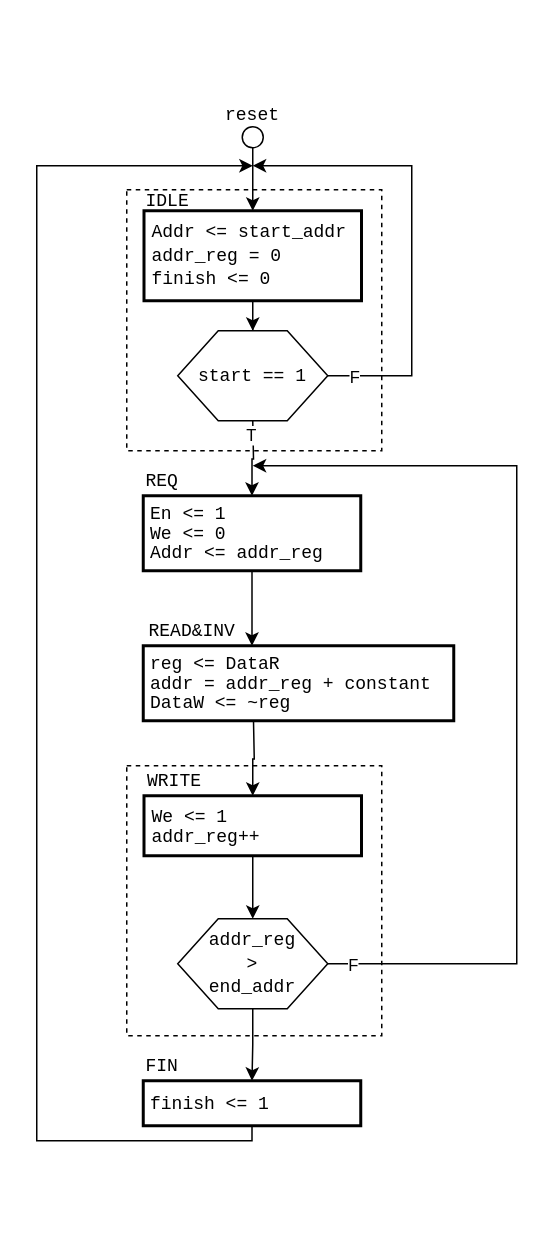
Thommimp/02203_Design_of_Digital_Systems keeps this draw.io diagram as page "Task0_ASM" (1 of 2) of assignment_2/Diagrams.drawio. Above is the earlier version. Source tidied: cells renumbered, new cells numbered last; positions are measured from the earlier drawing's top-left corner, leaving out a move shared by most shapes. Both pictures are drawn from the tidied source at 150%, with x=0, y=0 at pixel (36, 105).
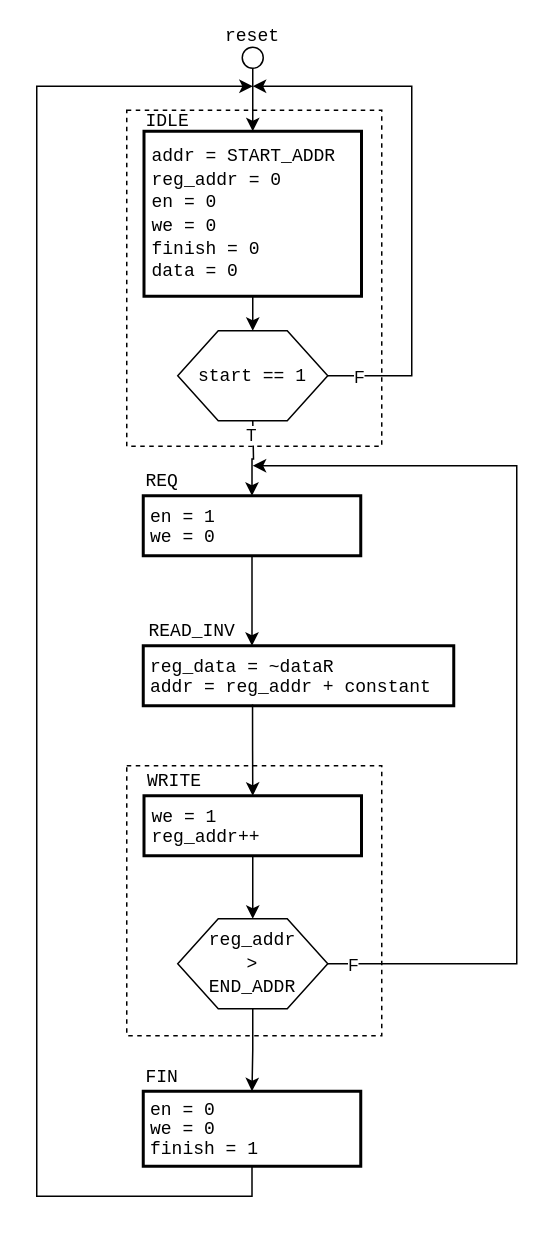
The same diagram, later.

Commit message (it also covers changes not shown here):
Inversion algorithm, version Michal F. Fixed diagram to corespond with the file.

The change refers to these unchanged cells:
```xml
<mxCell id="5" style="verticalLabelPosition=bottom;verticalAlign=top;html=1;shape=hexagon;perimeter=hexagonPerimeter2;arcSize=6;size=0.27;labelBackgroundColor=none;" parent="1" vertex="1">
  <mxGeometry x="94" y="150" width="100" height="60" as="geometry" />
</mxCell>
```

The edit, as a diff of the source:
```diff
@@
     <mxCell id="2" style="rounded=0;whiteSpace=wrap;html=1;fillColor=none;dashed=1;" parent="1" vertex="1">
-      <mxGeometry x="60" y="56" width="170" height="174" as="geometry" />
+      <mxGeometry x="60" y="3" width="170" height="224" as="geometry" />
     </mxCell>
     <mxCell id="3" style="edgeStyle=orthogonalEdgeStyle;rounded=0;jettySize=auto;html=1;exitX=1;exitY=0.5;exitDx=0;exitDy=0;" parent="1" edge="1" source="5">
       <mxGeometry relative="1" as="geometry">
-        <mxPoint x="144" y="40" as="targetPoint" />
+        <mxPoint x="144" y="-13" as="targetPoint" />
         <Array as="points">
           <mxPoint x="250" y="180" />
-          <mxPoint x="250" y="40" />
+          <mxPoint x="250" y="-13" />
         </Array>
       </mxGeometry>
     </mxCell>
@@
     <mxCell id="6" value="reset" style="text;html=1;whiteSpace=wrap;strokeColor=none;fillColor=none;align=center;verticalAlign=middle;rounded=0;labelBackgroundColor=none;fontFamily=Courier New;" parent="1" vertex="1">
-      <mxGeometry x="124" width="40" height="14" as="geometry" />
+      <mxGeometry x="124" y="-53" width="40" height="14" as="geometry" />
     </mxCell>
@@
     <mxCell id="8" style="ellipse;whiteSpace=wrap;html=1;shapeInside=1;labelBackgroundColor=none;" parent="1" vertex="1">
-      <mxGeometry x="137" y="14" width="14" height="14" as="geometry" />
+      <mxGeometry x="137" y="-39" width="14" height="14" as="geometry" />
     </mxCell>
-    <mxCell id="9" style="edgeStyle=orthogonalEdgeStyle;rounded=0;jettySize=auto;html=1;entryX=0.5;entryY=0;entryDx=0;entryDy=0;" parent="1" edge="1" source="10" target="5">
+    <mxCell id="9" style="edgeStyle=orthogonalEdgeStyle;rounded=0;jettySize=auto;html=1;entryX=0.5;entryY=0;entryDx=0;entryDy=0;exitX=0.5;exitY=1;exitDx=0;exitDy=0;" parent="1" edge="1" source="10" target="5">
       <mxGeometry relative="1" as="geometry" />
     </mxCell>
-    <mxCell id="10" value="&lt;font face=&quot;Courier New&quot;&gt;Addr &amp;lt;= start_addr&lt;/font&gt;&lt;div&gt;&lt;font face=&quot;Courier New&quot;&gt;addr_reg = 0&lt;/font&gt;&lt;/div&gt;&lt;div&gt;&lt;font face=&quot;Courier New&quot;&gt;finish &amp;lt;= 0&lt;/font&gt;&lt;/div&gt;" style="rounded=0;whiteSpace=wrap;html=1;align=left;spacingLeft=3;strokeWidth=2;labelBackgroundColor=none;" parent="1" vertex="1">
-      <mxGeometry x="71.5" y="70" width="145" height="60" as="geometry" />
+    <mxCell id="10" value="&lt;font face=&quot;Courier New&quot;&gt;addr = START_ADDR&lt;br&gt;&lt;/font&gt;&lt;div&gt;&lt;span style=&quot;background-color: transparent;&quot;&gt;&lt;font face=&quot;Courier New&quot;&gt;reg_addr&amp;nbsp;&lt;/font&gt;&lt;/span&gt;&lt;font face=&quot;Courier New&quot;&gt;= 0&lt;/font&gt;&lt;/div&gt;&lt;div&gt;&lt;span style=&quot;font-family: &amp;quot;Courier New&amp;quot;; background-color: transparent; color: light-dark(#000000, var(--ge-light-color, #ffffff));&quot;&gt;en = 0&lt;/span&gt;&lt;/div&gt;&lt;div&gt;&lt;font face=&quot;Courier New&quot;&gt;we = 0&lt;/font&gt;&lt;/div&gt;&lt;div&gt;&lt;div&gt;&lt;font face=&quot;Courier New&quot;&gt;finish = 0&lt;/font&gt;&lt;/div&gt;&lt;/div&gt;&lt;div&gt;&lt;font face=&quot;Courier New&quot;&gt;data = 0&lt;/font&gt;&lt;/div&gt;" style="rounded=0;whiteSpace=wrap;html=1;align=left;spacingLeft=3;strokeWidth=2;labelBackgroundColor=none;" parent="1" vertex="1">
+      <mxGeometry x="71.5" y="17" width="145" height="110" as="geometry" />
     </mxCell>
     <mxCell id="11" value="&lt;font face=&quot;Courier New&quot;&gt;IDLE&lt;/font&gt;" style="text;html=1;whiteSpace=wrap;strokeColor=none;fillColor=none;align=left;verticalAlign=middle;rounded=0;labelBackgroundColor=none;" parent="1" vertex="1">
-      <mxGeometry x="71" y="56" width="40" height="14" as="geometry" />
+      <mxGeometry x="71" y="3" width="40" height="14" as="geometry" />
     </mxCell>
@@
-    <mxCell id="15" style="edgeStyle=orthogonalEdgeStyle;rounded=0;orthogonalLoop=1;jettySize=auto;html=1;entryX=0.5;entryY=0;entryDx=0;entryDy=0;" parent="1" edge="1">
+    <mxCell id="15" style="edgeStyle=orthogonalEdgeStyle;rounded=0;jettySize=auto;html=1;entryX=0.5;entryY=0;entryDx=0;entryDy=0;exitX=0.5;exitY=1;exitDx=0;exitDy=0;" parent="1" edge="1" source="16">
       <mxGeometry relative="1" as="geometry">
-        <mxPoint x="143.5" y="310" as="sourcePoint" />
         <mxPoint x="143.5" y="360" as="targetPoint" />
       </mxGeometry>
     </mxCell>
-    <mxCell id="16" value="&lt;div style=&quot;line-height: 12px;&quot;&gt;&lt;span style=&quot;font-family: &amp;quot;Courier New&amp;quot;; background-color: transparent; color: light-dark(rgb(0, 0, 0), rgb(255, 255, 255));&quot;&gt;En &amp;lt;= 1&lt;/span&gt;&lt;/div&gt;&lt;div style=&quot;line-height: 12px;&quot;&gt;&lt;div&gt;&lt;font face=&quot;Courier New&quot;&gt;We &amp;lt;= 0&lt;/font&gt;&lt;/div&gt;&lt;div&gt;&lt;font face=&quot;Courier New&quot;&gt;Addr &amp;lt;= addr_reg&lt;/font&gt;&lt;/div&gt;&lt;/div&gt;" style="rounded=0;whiteSpace=wrap;html=1;align=left;spacingLeft=3;strokeWidth=2;labelBackgroundColor=none;" parent="1" vertex="1">
-      <mxGeometry x="71" y="260" width="145" height="50" as="geometry" />
+    <mxCell id="16" value="&lt;div style=&quot;line-height: 12px;&quot;&gt;&lt;span style=&quot;background-color: transparent;&quot;&gt;&lt;font face=&quot;Courier New&quot;&gt;en&amp;nbsp;&lt;/font&gt;&lt;/span&gt;&lt;span style=&quot;font-family: &amp;quot;Courier New&amp;quot;; background-color: transparent; color: light-dark(rgb(0, 0, 0), rgb(255, 255, 255));&quot;&gt;= 1&lt;/span&gt;&lt;/div&gt;&lt;div style=&quot;line-height: 12px;&quot;&gt;&lt;div&gt;&lt;span style=&quot;background-color: transparent;&quot;&gt;&lt;font face=&quot;Courier New&quot;&gt;we&amp;nbsp;&lt;/font&gt;&lt;/span&gt;&lt;font face=&quot;Courier New&quot;&gt;= 0&lt;/font&gt;&lt;/div&gt;&lt;/div&gt;" style="rounded=0;whiteSpace=wrap;html=1;align=left;spacingLeft=3;strokeWidth=2;labelBackgroundColor=none;" parent="1" vertex="1">
+      <mxGeometry x="71" y="260" width="145" height="40" as="geometry" />
     </mxCell>
@@
-    <mxCell id="18" value="&lt;div style=&quot;line-height: 12px;&quot;&gt;&lt;div style=&quot;line-height: 12px;&quot;&gt;&lt;font face=&quot;Courier New&quot;&gt;reg &amp;lt;= DataR&lt;/font&gt;&lt;/div&gt;&lt;div style=&quot;line-height: 12px;&quot;&gt;&lt;font face=&quot;Courier New&quot;&gt;addr = addr_reg + constant&lt;/font&gt;&lt;/div&gt;&lt;div style=&quot;line-height: 12px;&quot;&gt;&lt;font face=&quot;Courier New&quot;&gt;DataW &amp;lt;= ~reg&lt;/font&gt;&lt;/div&gt;&lt;/div&gt;" style="rounded=0;whiteSpace=wrap;html=1;align=left;spacingLeft=3;strokeWidth=2;labelBackgroundColor=none;" parent="1" vertex="1">
-      <mxGeometry x="71" y="360" width="207" height="50" as="geometry" />
+    <mxCell id="18" value="&lt;div style=&quot;line-height: 12px;&quot;&gt;&lt;div style=&quot;line-height: 12px;&quot;&gt;&lt;span style=&quot;background-color: transparent;&quot;&gt;&lt;font face=&quot;Courier New&quot;&gt;reg_data&amp;nbsp;&lt;/font&gt;&lt;/span&gt;&lt;font face=&quot;Courier New&quot;&gt;= ~dataR&lt;/font&gt;&lt;/div&gt;&lt;div style=&quot;line-height: 12px;&quot;&gt;&lt;font face=&quot;Courier New&quot;&gt;addr = reg_addr + constant&lt;/font&gt;&lt;/div&gt;&lt;/div&gt;" style="rounded=0;whiteSpace=wrap;html=1;align=left;spacingLeft=3;strokeWidth=2;labelBackgroundColor=none;" parent="1" vertex="1">
+      <mxGeometry x="71" y="360" width="207" height="40" as="geometry" />
     </mxCell>
-    <mxCell id="19" value="&lt;font face=&quot;Courier New&quot;&gt;READ&amp;amp;INV&lt;/font&gt;" style="text;html=1;whiteSpace=wrap;strokeColor=none;fillColor=none;align=left;verticalAlign=middle;rounded=0;labelBackgroundColor=none;" parent="1" vertex="1">
+    <mxCell id="19" value="&lt;font face=&quot;Courier New&quot;&gt;READ_INV&lt;/font&gt;" style="text;html=1;whiteSpace=wrap;strokeColor=none;fillColor=none;align=left;verticalAlign=middle;rounded=0;labelBackgroundColor=none;" parent="1" vertex="1">
       <mxGeometry x="72.5" y="340" width="54" height="20" as="geometry" />
     </mxCell>
@@
-    <mxCell id="21" style="edgeStyle=orthogonalEdgeStyle;rounded=0;jettySize=auto;html=1;entryX=0.5;entryY=0;entryDx=0;entryDy=0;" parent="1" edge="1" target="23">
-      <mxGeometry relative="1" as="geometry">
-        <mxPoint x="144.5" y="410" as="sourcePoint" />
-      </mxGeometry>
+    <mxCell id="21" style="edgeStyle=orthogonalEdgeStyle;rounded=0;jettySize=auto;html=1;entryX=0.5;entryY=0;entryDx=0;entryDy=0;exitX=0.352;exitY=0.981;exitDx=0;exitDy=0;exitPerimeter=0;" parent="1" edge="1" source="18" target="23">
+      <mxGeometry x="0.18" relative="1" as="geometry" />
     </mxCell>
@@
-    <mxCell id="23" value="&lt;div style=&quot;line-height: 12px;&quot;&gt;&lt;font face=&quot;Courier New&quot;&gt;We &amp;lt;= 1&lt;/font&gt;&lt;/div&gt;&lt;div style=&quot;line-height: 12px;&quot;&gt;&lt;font face=&quot;Courier New&quot;&gt;addr_reg++&lt;/font&gt;&lt;/div&gt;" style="rounded=0;whiteSpace=wrap;html=1;align=left;spacingLeft=3;strokeWidth=2;labelBackgroundColor=none;" parent="1" vertex="1">
+    <mxCell id="23" value="&lt;div style=&quot;line-height: 12px;&quot;&gt;&lt;span style=&quot;background-color: transparent;&quot;&gt;&lt;font face=&quot;Courier New&quot;&gt;we&amp;nbsp;&lt;/font&gt;&lt;/span&gt;&lt;font face=&quot;Courier New&quot;&gt;= 1&lt;/font&gt;&lt;/div&gt;&lt;div style=&quot;line-height: 12px;&quot;&gt;&lt;span style=&quot;background-color: transparent;&quot;&gt;&lt;font face=&quot;Courier New&quot;&gt;reg_addr&lt;/font&gt;&lt;/span&gt;&lt;font face=&quot;Courier New&quot;&gt;++&lt;/font&gt;&lt;/div&gt;" style="rounded=0;whiteSpace=wrap;html=1;align=left;spacingLeft=3;strokeWidth=2;labelBackgroundColor=none;" parent="1" vertex="1">
       <mxGeometry x="71.5" y="460" width="145" height="40" as="geometry" />
     </mxCell>
@@
     <mxCell id="27" style="edgeStyle=orthogonalEdgeStyle;rounded=0;jettySize=auto;html=1;defaultLabelBackgroundColor=page;exitX=0.5;exitY=1;exitDx=0;exitDy=0;" parent="1" edge="1" source="31">
-      <mxGeometry x="0.22" relative="1" as="geometry">
-        <mxPoint x="144" y="40" as="targetPoint" />
+      <mxGeometry x="0.28" relative="1" as="geometry">
+        <mxPoint x="144" y="-13" as="targetPoint" />
         <Array as="points">
-          <mxPoint x="143.5" y="690" />
-          <mxPoint y="690" />
-          <mxPoint y="40" />
+          <mxPoint x="143.5" y="727" />
+          <mxPoint y="727" />
+          <mxPoint y="-13" />
         </Array>
       </mxGeometry>
     </mxCell>
@@
-    <mxCell id="30" value="&lt;font face=&quot;Courier New&quot;&gt;addr_reg &amp;gt; end_addr&lt;/font&gt;" style="text;html=1;whiteSpace=wrap;strokeColor=none;fillColor=none;align=center;verticalAlign=middle;rounded=0;labelBackgroundColor=none;" parent="1" vertex="1">
+    <mxCell id="30" value="&lt;font face=&quot;Courier New&quot;&gt;reg_addr&lt;/font&gt;&lt;div&gt;&lt;font face=&quot;Courier New&quot;&gt;&amp;gt; END_ADDR&lt;/font&gt;&lt;/div&gt;" style="text;html=1;whiteSpace=wrap;strokeColor=none;fillColor=none;align=center;verticalAlign=middle;rounded=0;labelBackgroundColor=none;" parent="1" vertex="1">
       <mxGeometry x="112" y="565" width="64" height="14" as="geometry" />
     </mxCell>
-    <mxCell id="31" value="&lt;div style=&quot;line-height: 12px;&quot;&gt;&lt;font face=&quot;Courier New&quot;&gt;finish &amp;lt;= 1&lt;/font&gt;&lt;/div&gt;" style="rounded=0;whiteSpace=wrap;html=1;align=left;spacingLeft=3;strokeWidth=2;labelBackgroundColor=none;" parent="1" vertex="1">
-      <mxGeometry x="71" y="650" width="145" height="30" as="geometry" />
+    <mxCell id="31" value="&lt;div style=&quot;line-height: 12px;&quot;&gt;&lt;span style=&quot;font-family: &amp;quot;Courier New&amp;quot;; background-color: transparent; color: light-dark(#000000, var(--ge-light-color, #ffffff));&quot;&gt;en = 0&lt;/span&gt;&lt;/div&gt;&lt;div style=&quot;line-height: 12px;&quot;&gt;&lt;span style=&quot;font-family: &amp;quot;Courier New&amp;quot;; background-color: transparent; color: light-dark(#000000, var(--ge-light-color, #ffffff));&quot;&gt;we = 0&lt;/span&gt;&lt;/div&gt;&lt;div style=&quot;line-height: 12px;&quot;&gt;&lt;div style=&quot;line-height: 12px;&quot;&gt;&lt;font face=&quot;Courier New&quot;&gt;finish = 1&lt;/font&gt;&lt;/div&gt;&lt;/div&gt;" style="rounded=0;whiteSpace=wrap;html=1;align=left;spacingLeft=3;strokeWidth=2;labelBackgroundColor=none;" parent="1" vertex="1">
+      <mxGeometry x="71" y="657" width="145" height="50" as="geometry" />
     </mxCell>
     <mxCell id="32" value="&lt;font face=&quot;Courier New&quot;&gt;FIN&lt;/font&gt;" style="text;html=1;whiteSpace=wrap;strokeColor=none;fillColor=none;align=left;verticalAlign=middle;rounded=0;labelBackgroundColor=none;" parent="1" vertex="1">
-      <mxGeometry x="71" y="630" width="54" height="20" as="geometry" />
+      <mxGeometry x="71" y="637" width="54" height="20" as="geometry" />
     </mxCell>
```
